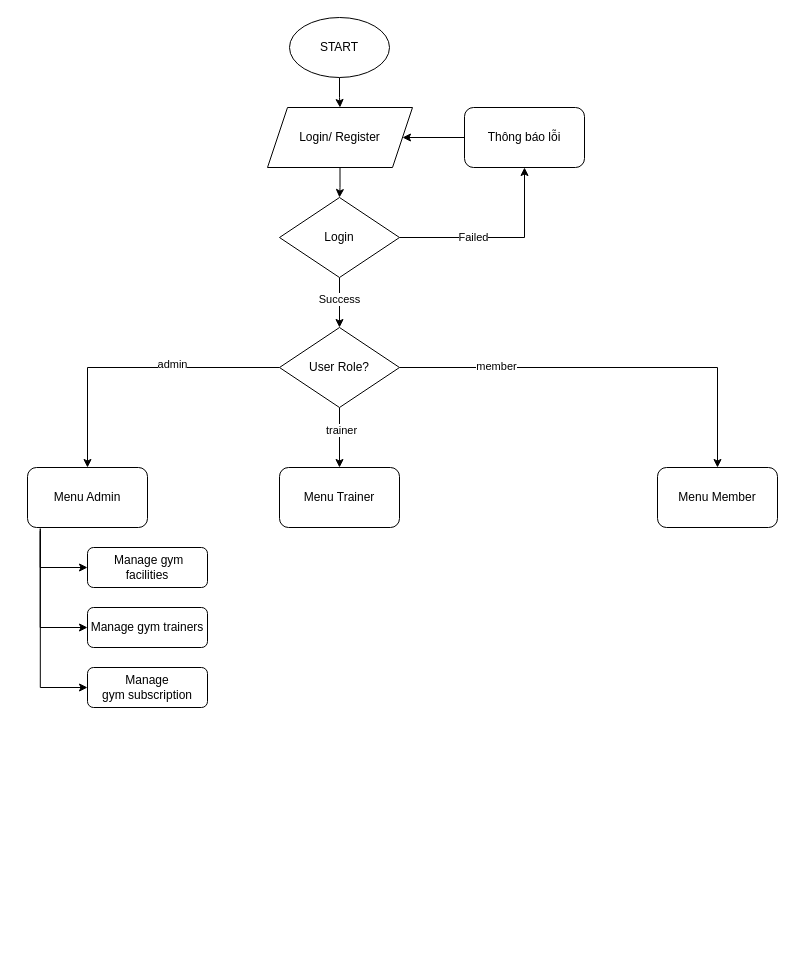
Above: Flowchart.drawio in XuanAnh1312/GMS_PROJECT_JAVA (draw.io), before the change. Source tidied: cells renumbered, new cells numbered last; positions are measured from the earlier drawing's top-left corner, leaving out a move shared by most shapes. Both pictures are drawn from the tidied source at 100%, with x=0, y=0 at pixel (27, 17).
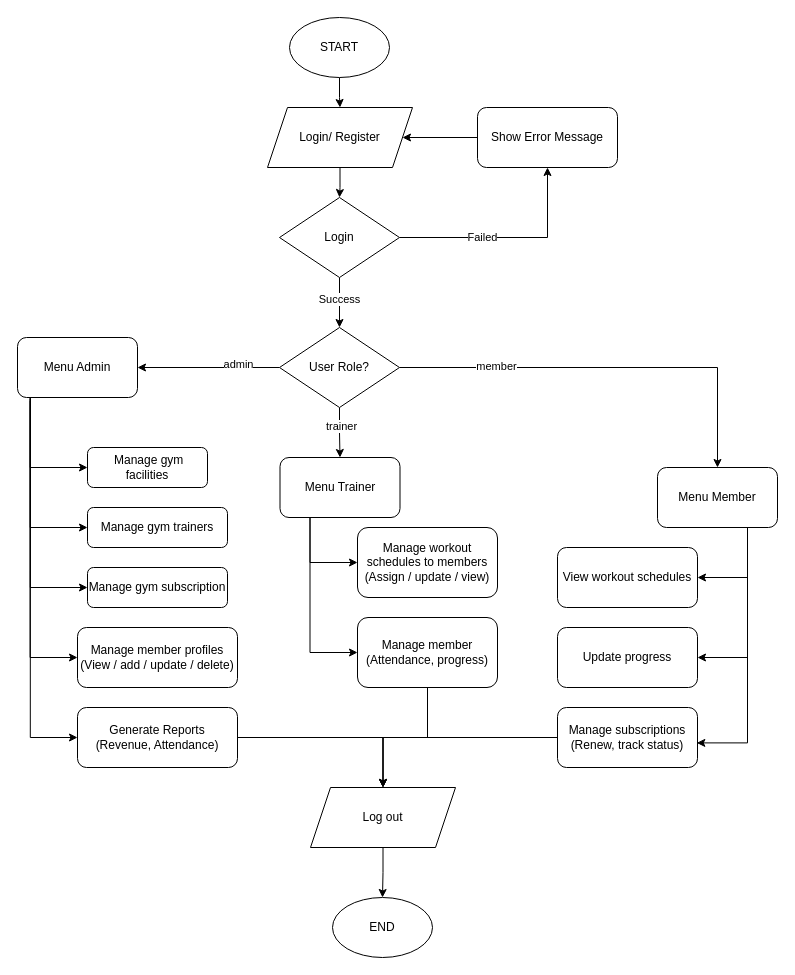
The same diagram, later.

Unchanged cells that the change refers to:
```xml
<mxCell id="5" value="Login/ Register" style="shape=parallelogram;perimeter=parallelogramPerimeter;whiteSpace=wrap;html=1;shapeInside=1;fixedSize=1;" parent="1" vertex="1">
  <mxGeometry x="240" y="90" width="145" height="60" as="geometry" />
</mxCell>
<mxCell id="10" value="Login" style="rhombus;whiteSpace=wrap;html=1;shapeInside=1;" parent="1" vertex="1">
  <mxGeometry x="252" y="180" width="120" height="80" as="geometry" />
</mxCell>
<mxCell id="25" value="Menu Member" style="rounded=1;whiteSpace=wrap;html=1;" parent="1" vertex="1">
  <mxGeometry x="630" y="450" width="120" height="60" as="geometry" />
</mxCell>
```

What changed in the source:
```diff
@@
     <mxCell id="6" style="edgeStyle=orthogonalEdgeStyle;rounded=0;jettySize=auto;html=1;" parent="1" edge="1" source="10" target="11">
       <mxGeometry relative="1" as="geometry">
         <Array as="points">
-          <mxPoint x="497" y="220" />
+          <mxPoint x="520" y="220" />
         </Array>
       </mxGeometry>
     </mxCell>
@@
+    <mxCell id="12" style="edgeStyle=orthogonalEdgeStyle;rounded=0;jettySize=auto;html=1;" parent="1" edge="1" source="11" target="5">
+      <mxGeometry relative="1" as="geometry" />
+    </mxCell>
-    <mxCell id="11" value="Thông báo lỗi" style="rounded=1;whiteSpace=wrap;html=1;" parent="1" vertex="1">
-      <mxGeometry x="437" y="90" width="120" height="60" as="geometry" />
+    <mxCell id="11" value="Show Error Message" style="rounded=1;whiteSpace=wrap;html=1;" parent="1" vertex="1">
+      <mxGeometry x="450" y="90" width="140" height="60" as="geometry" />
     </mxCell>
-    <mxCell id="12" style="endArrow=classic;html=1;rounded=0;exitX=0;exitY=0.5;exitDx=0;exitDy=0;entryX=1;entryY=0.5;entryDx=0;entryDy=0;" parent="1" edge="1" source="11" target="5">
-      <mxGeometry relative="1" as="geometry" />
-    </mxCell>
@@
     <mxCell id="23" value="Menu Admin" style="rounded=1;whiteSpace=wrap;html=1;" parent="1" vertex="1">
-      <mxGeometry y="450" width="120" height="60" as="geometry" />
+      <mxGeometry x="-10" y="320" width="120" height="60" as="geometry" />
     </mxCell>
+    <mxCell id="29" style="edgeStyle=orthogonalEdgeStyle;rounded=0;jettySize=auto;html=1;exitX=0.25;exitY=1;exitDx=0;exitDy=0;entryX=0;entryY=0.5;entryDx=0;entryDy=0;" parent="1" edge="1" source="24" target="39">
+      <mxGeometry relative="1" as="geometry" />
+    </mxCell>
+    <mxCell id="30" style="edgeStyle=orthogonalEdgeStyle;rounded=0;jettySize=auto;html=1;entryX=0;entryY=0.5;entryDx=0;entryDy=0;exitX=0.25;exitY=1;exitDx=0;exitDy=0;" parent="1" edge="1" source="24" target="41">
+      <mxGeometry relative="1" as="geometry" />
+    </mxCell>
     <mxCell id="24" value="Menu Trainer" style="rounded=1;whiteSpace=wrap;html=1;" parent="1" vertex="1">
-      <mxGeometry x="252" y="450" width="120" height="60" as="geometry" />
+      <mxGeometry x="252.5" y="440" width="120" height="60" as="geometry" />
     </mxCell>
+    <mxCell id="31" style="edgeStyle=orthogonalEdgeStyle;rounded=0;jettySize=auto;html=1;exitX=0.75;exitY=1;exitDx=0;exitDy=0;entryX=1;entryY=0.5;entryDx=0;entryDy=0;" parent="1" edge="1" source="25" target="42">
+      <mxGeometry relative="1" as="geometry" />
+    </mxCell>
+    <mxCell id="32" style="edgeStyle=orthogonalEdgeStyle;rounded=0;jettySize=auto;html=1;entryX=1;entryY=0.5;entryDx=0;entryDy=0;exitX=0.75;exitY=1;exitDx=0;exitDy=0;" parent="1" edge="1" source="25" target="43">
+      <mxGeometry relative="1" as="geometry" />
+    </mxCell>
+    <mxCell id="33" style="edgeStyle=orthogonalEdgeStyle;rounded=0;jettySize=auto;html=1;entryX=0.995;entryY=0.59;entryDx=0;entryDy=0;entryPerimeter=0;exitX=0.75;exitY=1;exitDx=0;exitDy=0;" parent="1" edge="1" source="25" target="45">
+      <mxGeometry relative="1" as="geometry" />
+    </mxCell>
@@
     <mxCell id="26" value="&amp;nbsp;Manage gym facilities" style="whiteSpace=wrap;html=1;rounded=1;" parent="1" vertex="1">
-      <mxGeometry x="60" y="530" width="120" height="40" as="geometry" />
+      <mxGeometry x="60" y="430" width="120" height="40" as="geometry" />
     </mxCell>
     <mxCell id="27" value="Manage gym&amp;nbsp;trainers" style="whiteSpace=wrap;html=1;rounded=1;" parent="1" vertex="1">
-      <mxGeometry x="60" y="590" width="120" height="40" as="geometry" />
+      <mxGeometry x="60" y="490" width="140" height="40" as="geometry" />
     </mxCell>
     <mxCell id="28" value="&lt;br&gt;Manage gym&amp;nbsp;subscription&lt;div&gt;&lt;br/&gt;&lt;/div&gt;" style="rounded=1;whiteSpace=wrap;html=1;" parent="1" vertex="1">
-      <mxGeometry x="60" y="650" width="120" height="40" as="geometry" />
+      <mxGeometry x="60" y="550" width="140" height="40" as="geometry" />
     </mxCell>
+    <mxCell id="34" value="Manage member profiles&lt;div&gt;(V&lt;span style=&quot;background-color: transparent; color: light-dark(rgb(0, 0, 0), rgb(255, 255, 255));&quot;&gt;iew&lt;/span&gt;&lt;span style=&quot;background-color: transparent; color: light-dark(rgb(0, 0, 0), rgb(255, 255, 255));&quot;&gt; &lt;/span&gt;&lt;span style=&quot;background-color: transparent; color: light-dark(rgb(0, 0, 0), rgb(255, 255, 255));&quot;&gt;/ a&lt;/span&gt;&lt;span style=&quot;background-color: transparent; color: light-dark(rgb(0, 0, 0), rgb(255, 255, 255));&quot;&gt;dd&lt;/span&gt;&lt;span style=&quot;background-color: transparent; color: light-dark(rgb(0, 0, 0), rgb(255, 255, 255));&quot;&gt; &lt;/span&gt;&lt;span style=&quot;background-color: transparent; color: light-dark(rgb(0, 0, 0), rgb(255, 255, 255));&quot;&gt;/ update / delete)&lt;/span&gt;&lt;/div&gt;" style="rounded=1;whiteSpace=wrap;html=1;" parent="1" vertex="1">
+      <mxGeometry x="50" y="610" width="160" height="60" as="geometry" />
+    </mxCell>
+    <mxCell id="35" style="edgeStyle=orthogonalEdgeStyle;rounded=0;jettySize=auto;html=1;entryX=0;entryY=0.5;entryDx=0;entryDy=0;exitX=0.105;exitY=0.994;exitDx=0;exitDy=0;exitPerimeter=0;" parent="1" edge="1" source="23" target="34">
+      <mxGeometry relative="1" as="geometry" />
+    </mxCell>
+    <mxCell id="36" style="edgeStyle=orthogonalEdgeStyle;rounded=0;jettySize=auto;html=1;" parent="1" edge="1" source="37" target="47">
+      <mxGeometry relative="1" as="geometry" />
+    </mxCell>
+    <mxCell id="37" value="Generate Reports&lt;div&gt;(Revenue, Attendance)&lt;/div&gt;" style="rounded=1;whiteSpace=wrap;html=1;" parent="1" vertex="1">
+      <mxGeometry x="50" y="690" width="160" height="60" as="geometry" />
+    </mxCell>
+    <mxCell id="38" style="edgeStyle=orthogonalEdgeStyle;rounded=0;jettySize=auto;html=1;entryX=0;entryY=0.5;entryDx=0;entryDy=0;exitX=0.107;exitY=1.005;exitDx=0;exitDy=0;exitPerimeter=0;" parent="1" edge="1" source="23" target="37">
+      <mxGeometry relative="1" as="geometry" />
+    </mxCell>
+    <mxCell id="39" value="Manage workout schedules to members&lt;div&gt;(Assign / update / view)&lt;/div&gt;" style="rounded=1;whiteSpace=wrap;html=1;" parent="1" vertex="1">
+      <mxGeometry x="330" y="510" width="140" height="70" as="geometry" />
+    </mxCell>
+    <mxCell id="40" style="edgeStyle=orthogonalEdgeStyle;rounded=0;jettySize=auto;html=1;" parent="1" edge="1" source="41" target="47">
+      <mxGeometry relative="1" as="geometry" />
+    </mxCell>
+    <mxCell id="41" value="Manage member&lt;div&gt;(Attendance, progress)&lt;/div&gt;" style="whiteSpace=wrap;html=1;rounded=1;" parent="1" vertex="1">
+      <mxGeometry x="330" y="600" width="140" height="70" as="geometry" />
+    </mxCell>
+    <mxCell id="42" value="View workout schedules" style="whiteSpace=wrap;html=1;rounded=1;" parent="1" vertex="1">
+      <mxGeometry x="530" y="530" width="140" height="60" as="geometry" />
+    </mxCell>
+    <mxCell id="43" value="Update progress" style="whiteSpace=wrap;html=1;rounded=1;" parent="1" vertex="1">
+      <mxGeometry x="530" y="610" width="140" height="60" as="geometry" />
+    </mxCell>
+    <mxCell id="44" style="edgeStyle=orthogonalEdgeStyle;rounded=0;jettySize=auto;html=1;" parent="1" edge="1" source="45" target="47">
+      <mxGeometry relative="1" as="geometry" />
+    </mxCell>
+    <mxCell id="45" value="Manage subscriptions&lt;div&gt;(Renew, track status)&lt;/div&gt;" style="whiteSpace=wrap;html=1;rounded=1;" parent="1" vertex="1">
+      <mxGeometry x="530" y="690" width="140" height="60" as="geometry" />
+    </mxCell>
+    <mxCell id="46" style="edgeStyle=orthogonalEdgeStyle;rounded=0;jettySize=auto;html=1;" parent="1" edge="1" source="47" target="48">
+      <mxGeometry relative="1" as="geometry" />
+    </mxCell>
+    <mxCell id="47" value="Log out" style="shape=parallelogram;perimeter=parallelogramPerimeter;whiteSpace=wrap;html=1;shapeInside=1;fixedSize=1;" parent="1" vertex="1">
+      <mxGeometry x="283" y="770" width="145" height="60" as="geometry" />
+    </mxCell>
+    <mxCell id="48" value="END" style="ellipse;whiteSpace=wrap;html=1;shapeInside=1;" parent="1" vertex="1">
+      <mxGeometry x="305" y="880" width="100" height="60" as="geometry" />
+    </mxCell>
```
